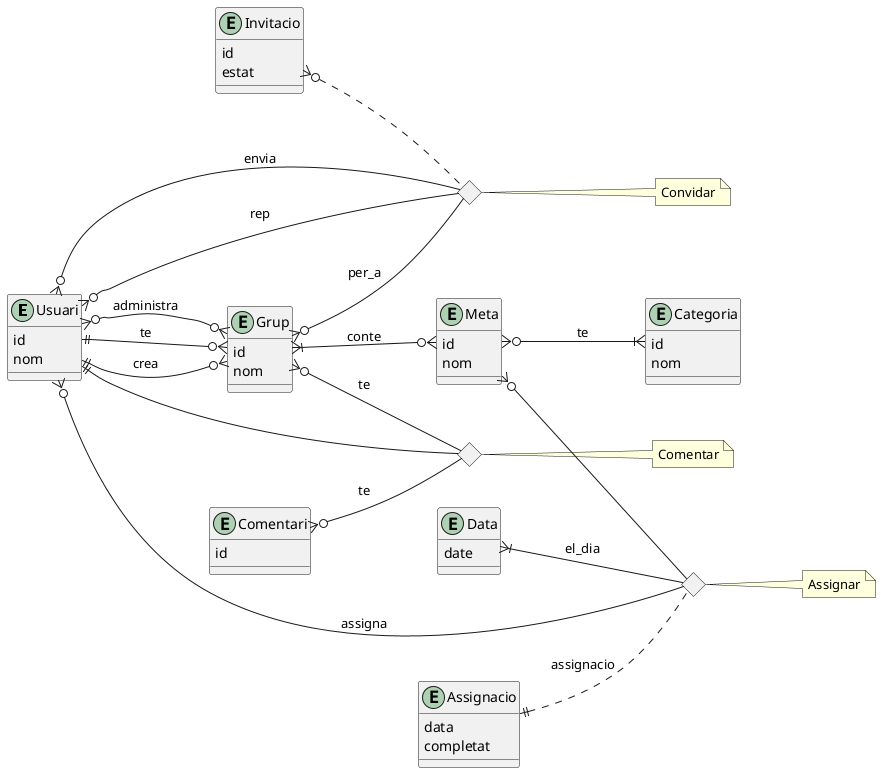
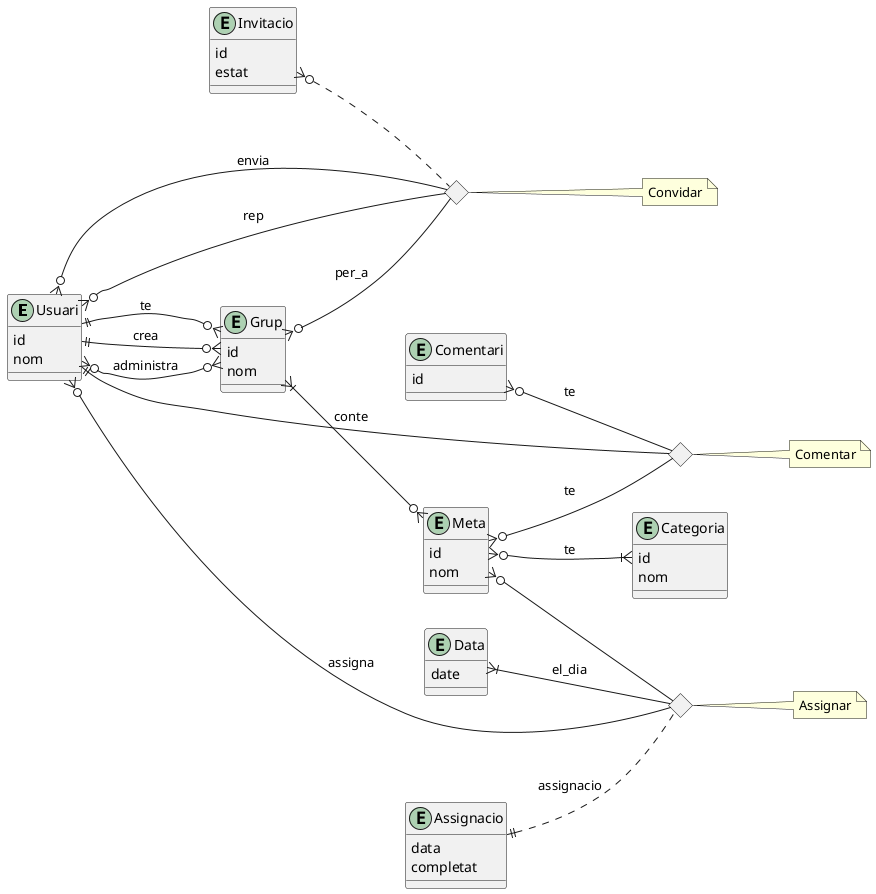
@startuml
left to right direction

' Entitats principals
entity Usuari {
  id
  nom
}

entity Grup {
  id
  nom
}

entity Meta {
  id
  nom
}

entity Categoria {
  id
  nom
}

entity Invitacio {
  id
  estat
}

entity Assignacio {
  data
  completat
}

entity Data {
  date
}

entity Comentari {
  id

}

' Diamants de relacions ternàries
<> AssignacioRel
<> InvitacioRel
<> comentariRel

note right of comentariRel : Comentar
note right of AssignacioRel : Assignar
note right of InvitacioRel : Convidar

' Assignació ternària Usuari–Meta amb Assignacio
Usuari }o-- AssignacioRel : assigna
' Usuari }o-- AssignacioRel : es assignada
Meta }o-- AssignacioRel
Assignacio ||.. AssignacioRel : assignacio
Data }|-- AssignacioRel : el_dia

' Relació many-to-many Grup–Usuari
Usuari ||--o{ Grup : te

' Relació ternària Invitacions
Usuari }o-- InvitacioRel : envia
Usuari }o-- InvitacioRel : rep
Grup }o-- InvitacioRel : per_a
Invitacio }o.. InvitacioRel

' Un usuari pot crear 0 o molts grups
Usuari ||--o{ Grup : crea

' Administradors de grups
Usuari }o--o{ Grup : administra

' Un grup conté 1 o moltes metes
Grup }|--o{ Meta : conte

' Relació many-to-many Meta–Categoria
Meta }o--|{ Categoria : te

' Un usuari completa metes
' Usuari }o--o{ Meta : completa

'un usuari fa un comentari a una meta
Usuari ||-- comentariRel
Comentari }o-- comentariRel : te
- Grup }o-- comentariRel : te
+ Meta }o-- comentariRel : te


'un comentari pertany a un grup
' Comentari }o--|| Grup : pertany


@enduml